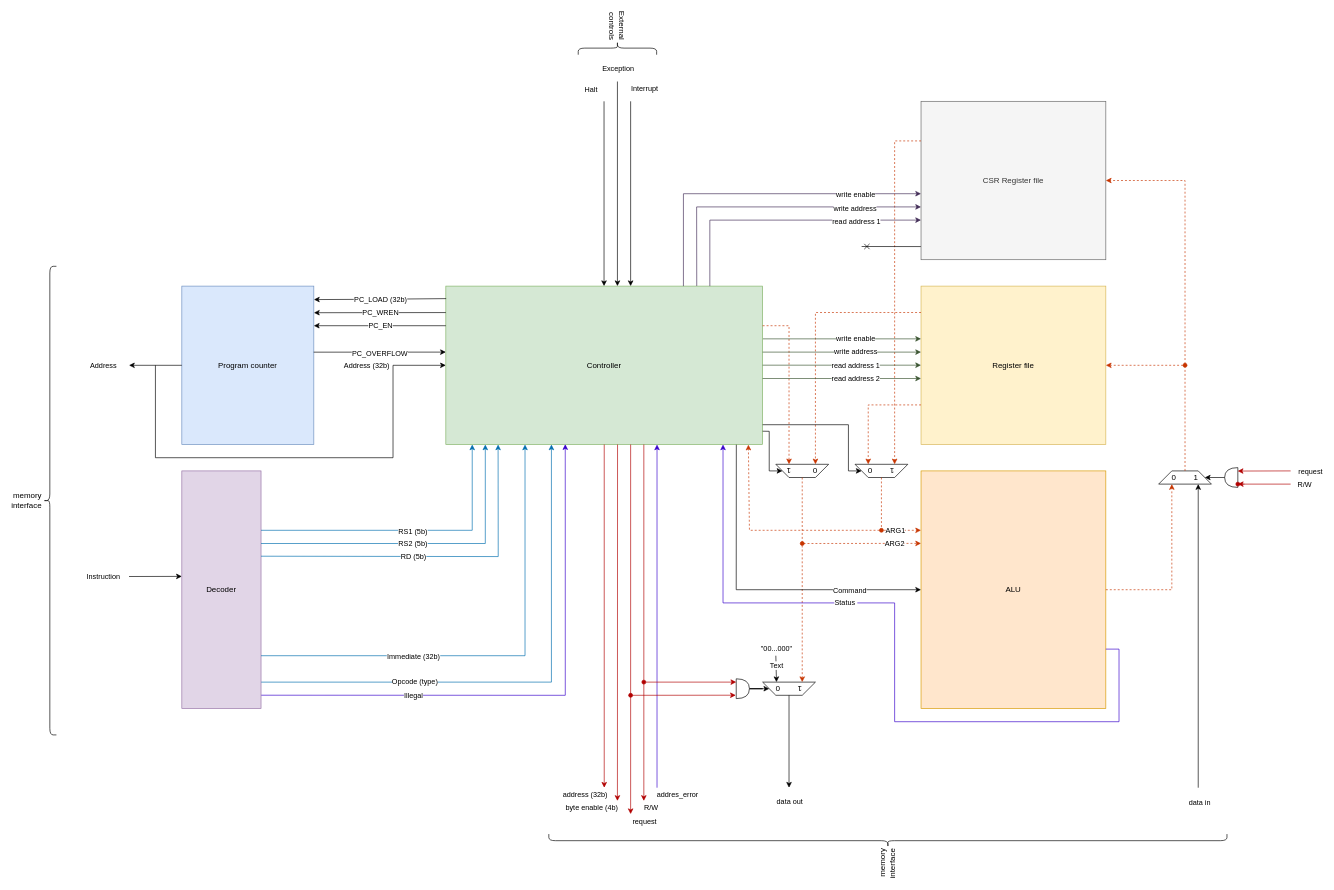
This is core.drawio from lheywang/RV32, a draw.io file, before an edit. Source tidied: cells renumbered, new cells numbered last; positions are measured from the earlier drawing's top-left corner, leaving out a move shared by most shapes. Both pictures are drawn from the tidied source at 66%, with x=0, y=0 at pixel (43, 9).
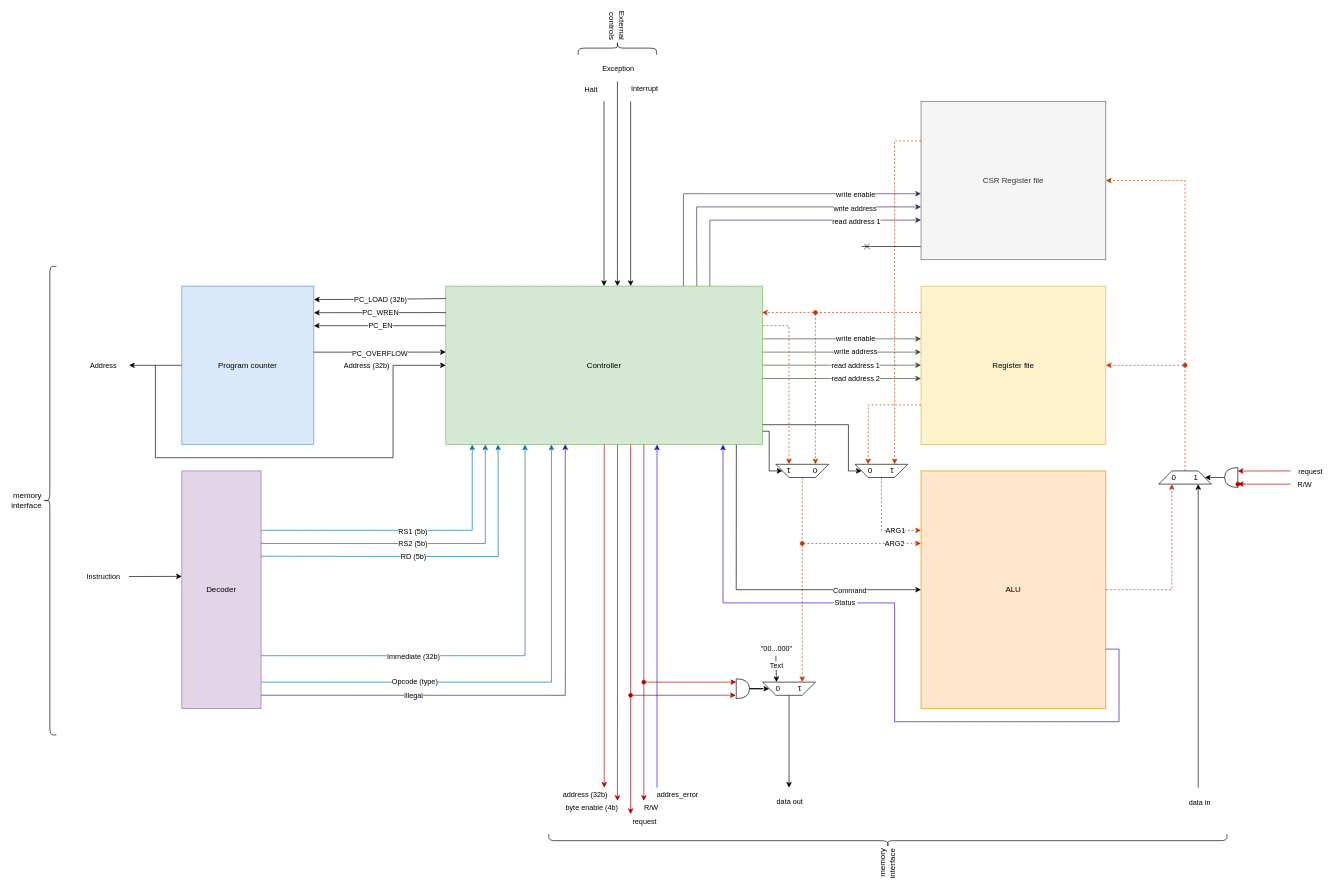
The same page after the edit.

Commit message (it also covers changes not shown here):
Changed the feedback point of reg_rs1_in to the reg_rdata2 direct output, to enable single cycle jumps

Unchanged cells that the change refers to:
```xml
<mxCell id="2" value="Controller" style="rounded=0;whiteSpace=wrap;html=1;fillColor=#d5e8d4;strokeColor=#82b366;" parent="1" vertex="1">
  <mxGeometry x="610" y="420" width="480" height="240" as="geometry" />
</mxCell>
```

The edit, as a diff of the source:
```diff
@@
-    <mxCell id="100" style="endArrow=classic;html=1;rounded=0;entryX=0.955;entryY=1.001;entryDx=0;entryDy=0;entryPerimeter=0;fillColor=#fa6800;strokeColor=#C73500;dashed=1;startArrow=oval;startFill=1;" parent="1" edge="1" target="2">
-      <mxGeometry relative="1" as="geometry">
-        <mxPoint x="1270" y="790" as="sourcePoint" />
-        <Array as="points">
-          <mxPoint x="1070" y="790" />
-        </Array>
-      </mxGeometry>
-    </mxCell>
@@
+    <mxCell id="109" style="endArrow=classic;html=1;rounded=0;entryX=0.998;entryY=0.167;entryDx=0;entryDy=0;fillColor=#fa6800;strokeColor=#C73500;dashed=1;entryPerimeter=0;startArrow=oval;startFill=1;" parent="1" edge="1" target="2">
+      <mxGeometry relative="1" as="geometry">
+        <mxPoint x="1170" y="460" as="sourcePoint" />
+      </mxGeometry>
+    </mxCell>
```
